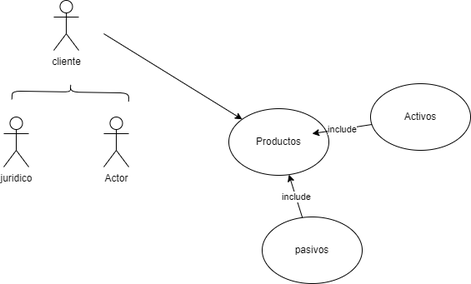
Above: proyectosemana1/CUN proyecto semana 1.drawio.png in joffrehermosilla/proyectosemana1 (draw.io), before the change. Source tidied: cells renumbered, new cells last; positions are measured from the earlier drawing's top-left corner, leaving out a move shared by most shapes. Its diagram source:
```xml
<mxGraphModel>
  <root>
    <mxCell id="0" />
    <mxCell id="1" parent="0" />
    <mxCell id="2" value="Actor" style="shape=umlActor;verticalLabelPosition=bottom;verticalAlign=top;html=1;" parent="1" vertex="1">
      <mxGeometry x="120" y="140" width="30" height="60" as="geometry" />
    </mxCell>
    <mxCell id="3" style="endArrow=classic;html=1;rounded=0;" parent="1" edge="1" target="4">
      <mxGeometry relative="1" as="geometry">
        <mxPoint x="120" y="40" as="sourcePoint" />
      </mxGeometry>
    </mxCell>
    <mxCell id="4" value="Productos&lt;br&gt;" style="ellipse;whiteSpace=wrap;html=1;" parent="1" vertex="1">
      <mxGeometry x="270" y="130" width="120" height="80" as="geometry" />
    </mxCell>
    <mxCell id="5" value="pasivos" style="ellipse;whiteSpace=wrap;html=1;" parent="1" vertex="1">
      <mxGeometry x="310" y="260" width="120" height="80" as="geometry" />
    </mxCell>
    <mxCell id="6" value="Activos&lt;br&gt;" style="ellipse;whiteSpace=wrap;html=1;" parent="1" vertex="1">
      <mxGeometry x="440" y="100" width="120" height="80" as="geometry" />
    </mxCell>
    <mxCell id="7" value="juridico" style="shape=umlActor;verticalLabelPosition=bottom;verticalAlign=top;html=1;" parent="1" vertex="1">
      <mxGeometry y="140" width="30" height="60" as="geometry" />
    </mxCell>
    <mxCell id="8" value="cliente" style="shape=umlActor;verticalLabelPosition=bottom;verticalAlign=top;html=1;" parent="1" vertex="1">
      <mxGeometry x="60" width="30" height="60" as="geometry" />
    </mxCell>
    <mxCell id="9" style="shape=curlyBracket;whiteSpace=wrap;html=1;rounded=1;rotation=91;" parent="1" vertex="1">
      <mxGeometry x="70" y="40" width="20" height="140" as="geometry" />
    </mxCell>
    <mxCell id="10" style="endArrow=classic;html=1;rounded=0;" parent="1" edge="1" source="6">
      <mxGeometry relative="1" as="geometry">
        <mxPoint x="370" y="160" as="targetPoint" />
      </mxGeometry>
    </mxCell>
    <mxCell id="11" value="include" style="edgeLabel;html=1;align=center;verticalAlign=middle;" parent="10" vertex="1">
      <mxGeometry relative="1" as="geometry" />
    </mxCell>
    <mxCell id="12" style="endArrow=classic;html=1;rounded=0;" parent="1" edge="1" source="5" target="4">
      <mxGeometry relative="1" as="geometry" />
    </mxCell>
    <mxCell id="13" value="include" style="edgeLabel;html=1;align=center;verticalAlign=middle;" parent="12" vertex="1">
      <mxGeometry relative="1" as="geometry" />
    </mxCell>
  </root>
</mxGraphModel>
```
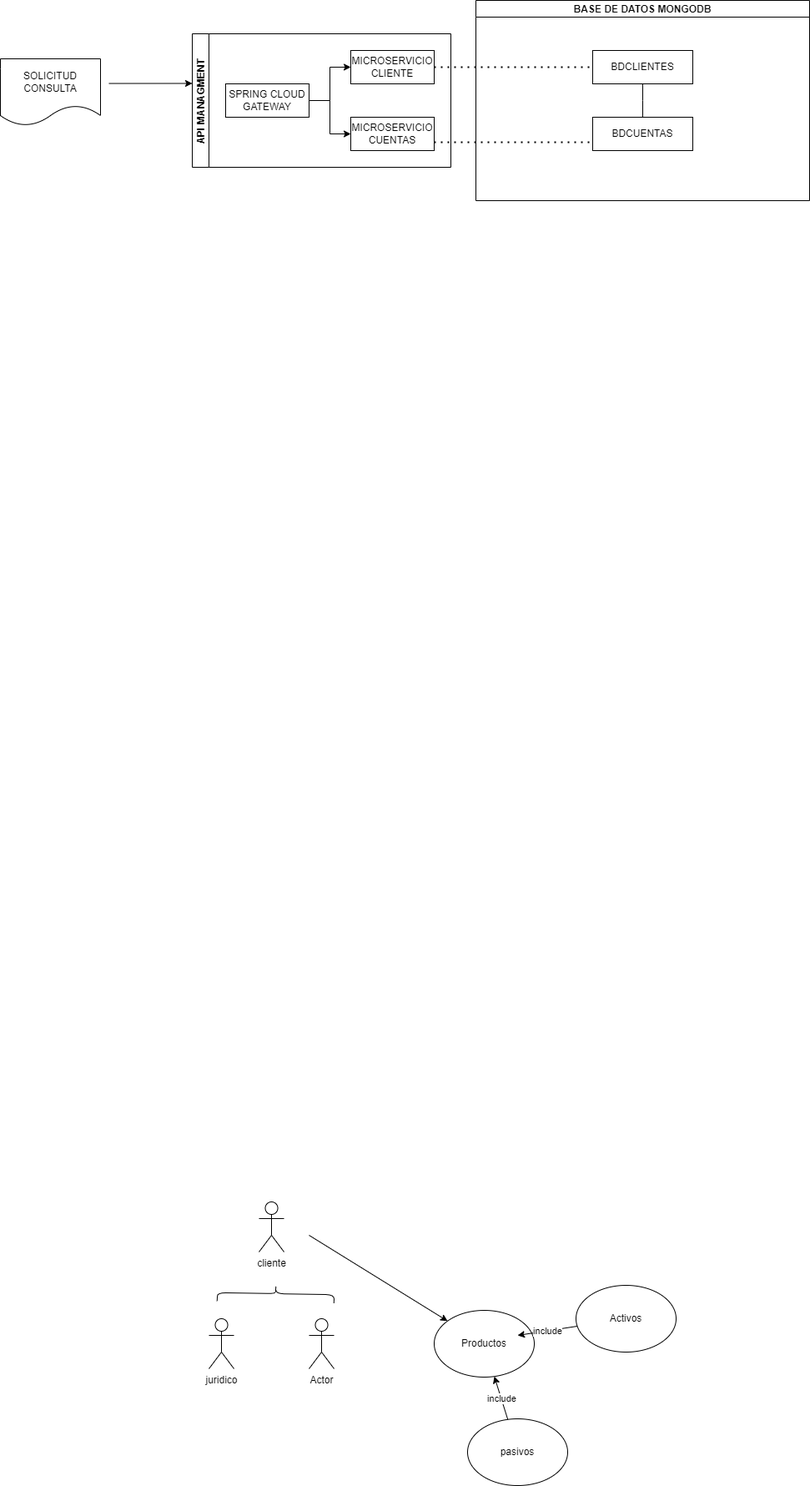
After the commit.

The edit, as a diff of the source:
```diff
@@ -42,5 +42,52 @@
     <mxCell id="13" value="include" style="edgeLabel;html=1;align=center;verticalAlign=middle;" parent="12" vertex="1">
       <mxGeometry relative="1" as="geometry" />
     </mxCell>
+    <mxCell id="14" value="API MANAGMENT" style="swimlane;startSize=20;horizontal=0;horizontalTree=1;containerType=tree;" parent="1" vertex="1">
+      <mxGeometry x="-20" y="-1400" width="310" height="160" as="geometry" />
+    </mxCell>
+    <mxCell id="15" value="SPRING CLOUD GATEWAY" style="whiteSpace=wrap;html=1;" parent="14" vertex="1">
+      <mxGeometry x="40" y="60" width="100" height="40" as="geometry" />
+    </mxCell>
+    <mxCell id="16" value="MICROSERVICIO CLIENTE" style="whiteSpace=wrap;html=1;" parent="14" vertex="1">
+      <mxGeometry x="190" y="20" width="100" height="40" as="geometry" />
+    </mxCell>
+    <mxCell id="17" style="edgeStyle=elbowEdgeStyle;elbow=horizontal;html=1;rounded=0;" parent="14" edge="1" source="15" target="16">
+      <mxGeometry relative="1" as="geometry" />
+    </mxCell>
+    <mxCell id="18" value="MICROSERVICIO CUENTAS" style="whiteSpace=wrap;html=1;" parent="14" vertex="1">
+      <mxGeometry x="190" y="100" width="100" height="40" as="geometry" />
+    </mxCell>
+    <mxCell id="19" style="edgeStyle=elbowEdgeStyle;elbow=horizontal;html=1;rounded=0;" parent="14" edge="1" source="15" target="18">
+      <mxGeometry relative="1" as="geometry" />
+    </mxCell>
+    <mxCell id="20" style="endArrow=none;dashed=1;html=1;dashPattern=1 3;strokeWidth=2;rounded=0;entryX=0;entryY=0.75;entryDx=0;entryDy=0;" parent="14" edge="1" target="25">
+      <mxGeometry relative="1" as="geometry">
+        <mxPoint x="290" y="130" as="sourcePoint" />
+      </mxGeometry>
+    </mxCell>
+    <mxCell id="21" style="endArrow=classic;html=1;rounded=0;exitX=0.75;exitY=0.463;exitDx=0;exitDy=0;exitPerimeter=0;" parent="1" edge="1">
+      <mxGeometry relative="1" as="geometry">
+        <mxPoint x="-120" y="-1340.5" as="sourcePoint" />
+        <mxPoint x="-20" y="-1340.5" as="targetPoint" />
+      </mxGeometry>
+    </mxCell>
+    <mxCell id="22" value="BASE DE DATOS MONGODB" style="swimlane;startSize=20;horizontal=1;containerType=tree;" parent="1" vertex="1">
+      <mxGeometry x="320" y="-1440" width="400" height="240" as="geometry" />
+    </mxCell>
+    <mxCell id="23" style="edgeStyle=elbowEdgeStyle;elbow=vertical;startArrow=none;endArrow=none;rounded=0;" parent="22" edge="1" source="24" target="25">
+      <mxGeometry relative="1" as="geometry" />
+    </mxCell>
+    <mxCell id="24" value="BDCLIENTES" style="whiteSpace=wrap;html=1;newEdgeStyle={&quot;edgeStyle&quot;:&quot;elbowEdgeStyle&quot;,&quot;startArrow&quot;:&quot;none&quot;,&quot;endArrow&quot;:&quot;none&quot;};" parent="22" vertex="1">
+      <mxGeometry x="140" y="60" width="120" height="40" as="geometry" />
+    </mxCell>
+    <mxCell id="25" value="BDCUENTAS" style="whiteSpace=wrap;html=1;newEdgeStyle={&quot;edgeStyle&quot;:&quot;elbowEdgeStyle&quot;,&quot;startArrow&quot;:&quot;none&quot;,&quot;endArrow&quot;:&quot;none&quot;};" parent="22" vertex="1">
+      <mxGeometry x="140" y="140" width="120" height="40" as="geometry" />
+    </mxCell>
+    <mxCell id="26" style="endArrow=none;dashed=1;html=1;dashPattern=1 3;strokeWidth=2;rounded=0;entryX=0;entryY=0.5;entryDx=0;entryDy=0;" parent="1" edge="1" source="16" target="24">
+      <mxGeometry relative="1" as="geometry" />
+    </mxCell>
+    <mxCell id="27" value="SOLICITUD CONSULTA" style="shape=document;whiteSpace=wrap;html=1;boundedLbl=1;" parent="1" vertex="1">
+      <mxGeometry x="-250" y="-1370" width="120" height="80" as="geometry" />
+    </mxCell>
   </root>
 </mxGraphModel>
```
